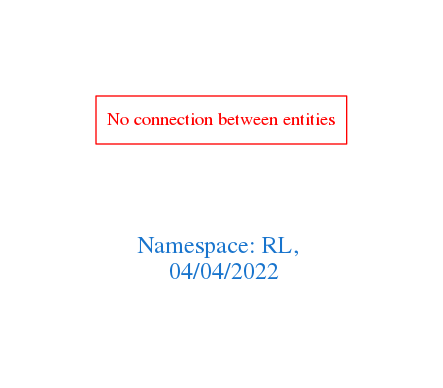
Before: downloads/RL.png, a diagram exported from Graphviz (arago/OGIT). Its source is kept beside it as downloads/RL.dot.
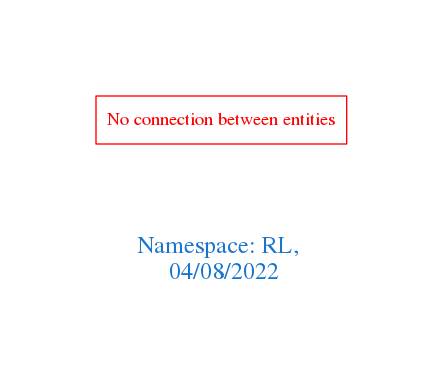
Later version of the same file.

What changed in the source:
```diff
@@ -1,7 +1,7 @@
 digraph OGIT_ontology {
  graph [ rankdir= LR,pad=1
 fontsize = 18,
-fontcolor= dodgerblue3,label = "\n\n\nNamespace: RL, \n 04/04/2022"];
+fontcolor= dodgerblue3,label = "\n\n\nNamespace: RL, \n 04/08/2022"];
 node[shape=polygon];
 edge [  color="gray81"];
 
```
